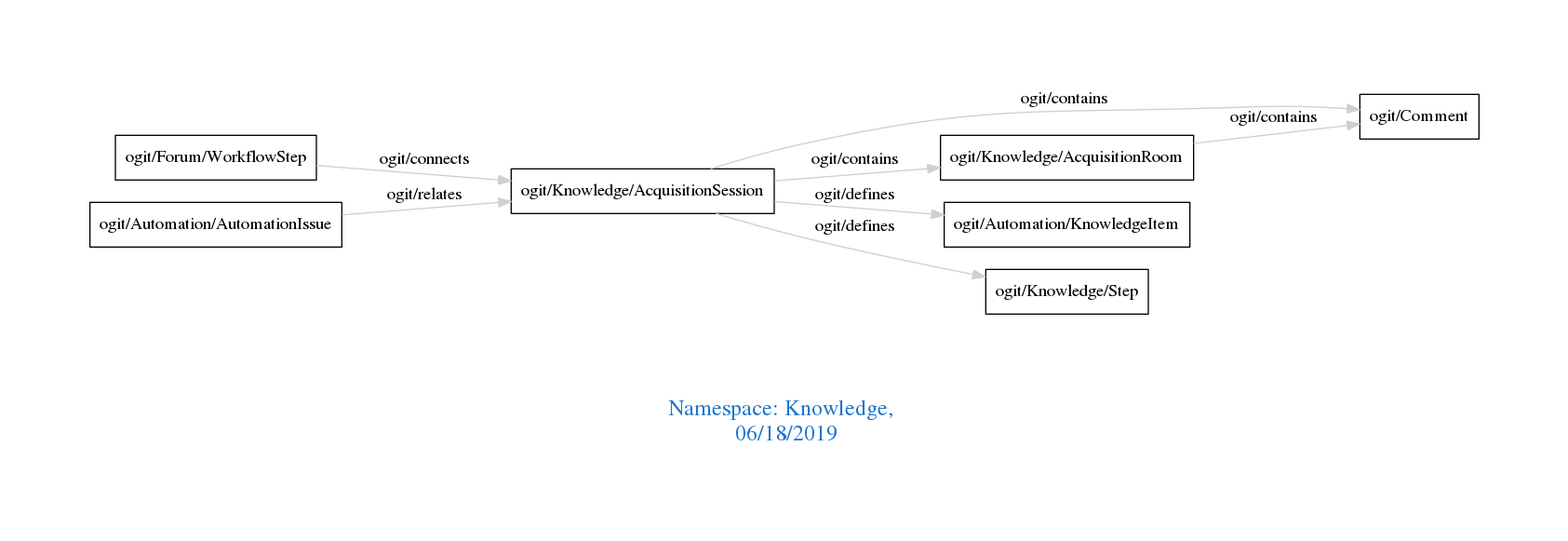
The Graphviz diagram downloads/Knowledge.png in arago/OGIT, before a commit. Its source is kept beside it as downloads/Knowledge.dot.
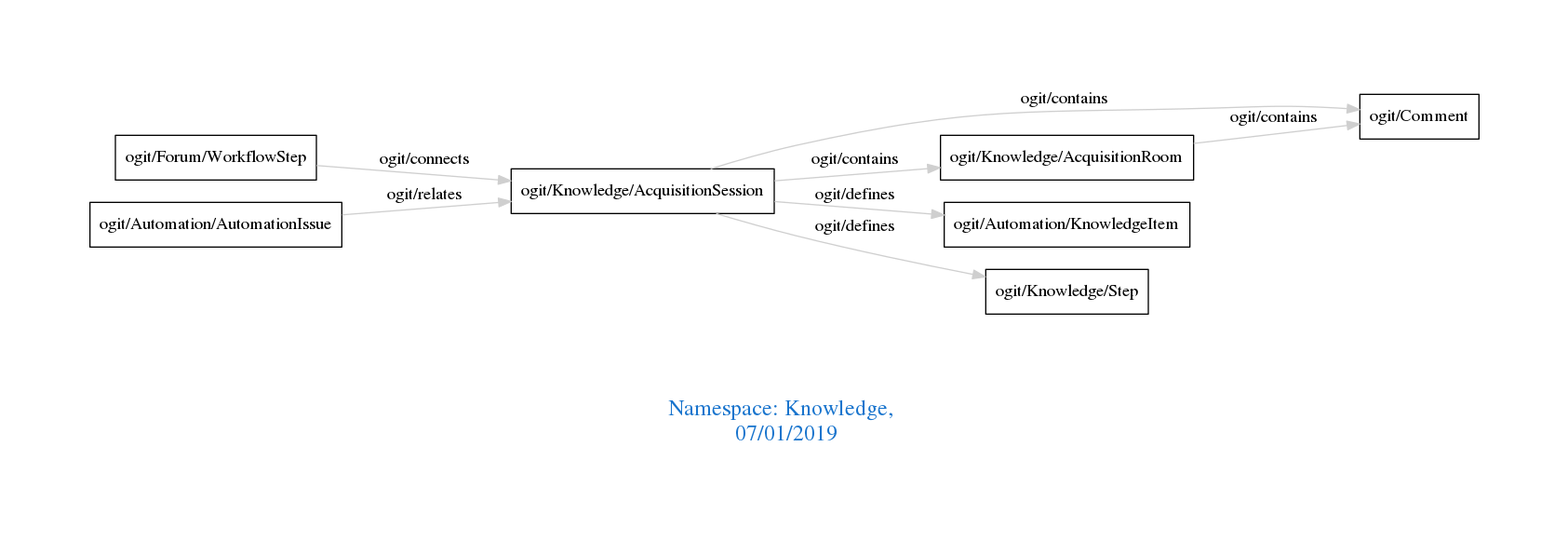
Later version of the same file.

Diff of the diagram source:
```diff
@@ -1,7 +1,7 @@
 digraph OGIT_ontology {
  graph [ rankdir= LR,pad=1
 fontsize = 18,
-fontcolor= dodgerblue3,label = "\n\n\nNamespace: Knowledge, \n 06/18/2019"];
+fontcolor= dodgerblue3,label = "\n\n\nNamespace: Knowledge, \n 07/01/2019"];
 node[shape=polygon];
 edge [  color="gray81"];
 
```
